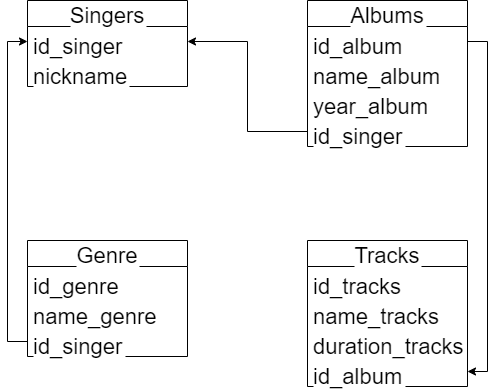
The draw.io diagram Introduction/diagram.png in AnastasiaLunina/SQL, before a commit. Source tidied: cells renumbered, new cells last; positions are measured from the earlier drawing's top-left corner, leaving out a move shared by most shapes.
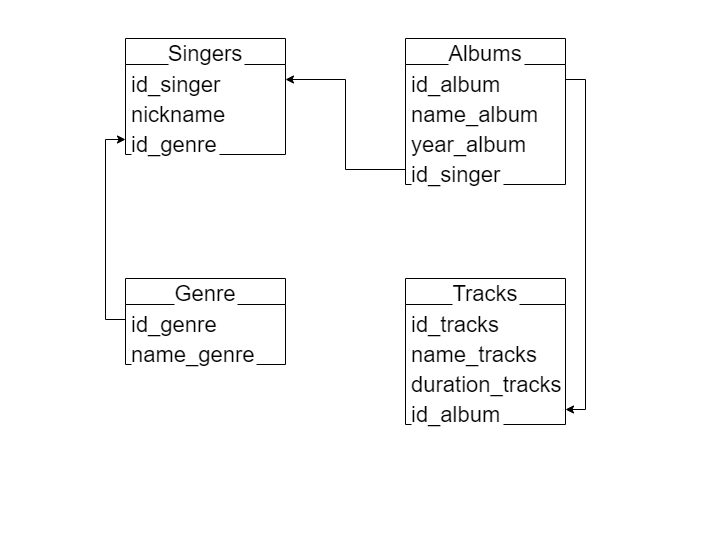
After the change.

Diff of the diagram source:
```diff
@@ -3,7 +3,7 @@
     <mxCell id="0" />
     <mxCell id="1" parent="0" />
     <mxCell id="2" value="Singers" style="swimlane;fontStyle=0;horizontal=1;startSize=26;align=center;fontSize=22;labelBackgroundColor=default;" parent="1" vertex="1">
-      <mxGeometry width="160" height="86" as="geometry" />
+      <mxGeometry width="160" height="116" as="geometry" />
     </mxCell>
     <mxCell id="3" value="id_singer            &#10;&#10;" style="text;spacingLeft=4;spacingRight=4;overflow=hidden;points=[[0,0.5],[1,0.5]];portConstraint=eastwest;fontSize=22;labelBackgroundColor=default;" parent="2" vertex="1">
       <mxGeometry y="26" width="160" height="30" as="geometry" />
@@ -11,6 +11,9 @@
     <mxCell id="4" value="nickname" style="text;spacingLeft=4;spacingRight=4;overflow=hidden;fontSize=22;labelBackgroundColor=default;" parent="2" vertex="1">
       <mxGeometry y="56" width="160" height="30" as="geometry" />
     </mxCell>
+    <mxCell id="22" value="id_genre" style="text;spacingLeft=4;spacingRight=4;overflow=hidden;points=[[0,0.5],[1,0.5]];portConstraint=eastwest;fontSize=22;labelBackgroundColor=default;" parent="2" vertex="1">
+      <mxGeometry y="86" width="160" height="30" as="geometry" />
+    </mxCell>
     <mxCell id="5" value="Albums" style="swimlane;fontStyle=0;horizontal=1;startSize=26;align=center;fontSize=22;labelBackgroundColor=default;" parent="1" vertex="1">
       <mxGeometry x="280" width="160" height="146" as="geometry" />
     </mxCell>
@@ -42,7 +45,7 @@
       <mxGeometry y="116" width="160" height="30" as="geometry" />
     </mxCell>
     <mxCell id="15" value="Genre" style="swimlane;fontStyle=0;horizontal=1;startSize=26;align=center;fontSize=22;labelBackgroundColor=default;" parent="1" vertex="1">
-      <mxGeometry y="240" width="160" height="116" as="geometry" />
+      <mxGeometry y="240" width="160" height="86" as="geometry" />
     </mxCell>
     <mxCell id="16" value="id_genre" style="text;spacingLeft=4;spacingRight=4;overflow=hidden;points=[[0,0.5],[1,0.5]];portConstraint=eastwest;fontSize=22;labelBackgroundColor=default;" parent="15" vertex="1">
       <mxGeometry y="26" width="160" height="30" as="geometry" />
@@ -50,17 +53,14 @@
     <mxCell id="17" value="name_genre" style="text;spacingLeft=4;spacingRight=4;overflow=hidden;fontSize=22;labelBackgroundColor=default;" parent="15" vertex="1">
       <mxGeometry y="56" width="160" height="30" as="geometry" />
     </mxCell>
-    <mxCell id="18" value="id_singer" style="text;spacingLeft=4;spacingRight=4;overflow=hidden;points=[[0,0.5],[1,0.5]];portConstraint=eastwest;fontSize=22;labelBackgroundColor=default;" parent="15" vertex="1">
-      <mxGeometry y="86" width="160" height="30" as="geometry" />
-    </mxCell>
     <mxCell id="19" style="edgeStyle=orthogonalEdgeStyle;rounded=0;jettySize=auto;html=1;exitX=0;exitY=0.5;exitDx=0;exitDy=0;entryX=1;entryY=0.5;entryDx=0;entryDy=0;fontSize=22;labelBackgroundColor=default;" parent="1" edge="1" source="9" target="3">
       <mxGeometry relative="1" as="geometry" />
     </mxCell>
     <mxCell id="20" style="edgeStyle=orthogonalEdgeStyle;rounded=0;jettySize=auto;html=1;exitX=1;exitY=0.5;exitDx=0;exitDy=0;entryX=1;entryY=0.5;entryDx=0;entryDy=0;fontSize=22;labelBackgroundColor=default;" parent="1" edge="1" source="6" target="14">
       <mxGeometry relative="1" as="geometry" />
     </mxCell>
-    <mxCell id="21" style="edgeStyle=orthogonalEdgeStyle;rounded=0;jettySize=auto;html=1;exitX=0;exitY=0.5;exitDx=0;exitDy=0;entryX=0;entryY=0.5;entryDx=0;entryDy=0;fontSize=22;labelBackgroundColor=default;" parent="1" edge="1" source="18" target="3">
-      <mxGeometry relative="1" as="geometry" />
-    </mxCell>
+    <mxCell id="23" style="edgeStyle=orthogonalEdgeStyle;rounded=0;jettySize=auto;html=1;exitX=0;exitY=0.5;exitDx=0;exitDy=0;entryX=0;entryY=0.5;entryDx=0;entryDy=0;" parent="1" edge="1" source="16" target="22">
+      <mxGeometry relative="1" as="geometry" />
+    </mxCell>
   </root>
 </mxGraphModel>
```
